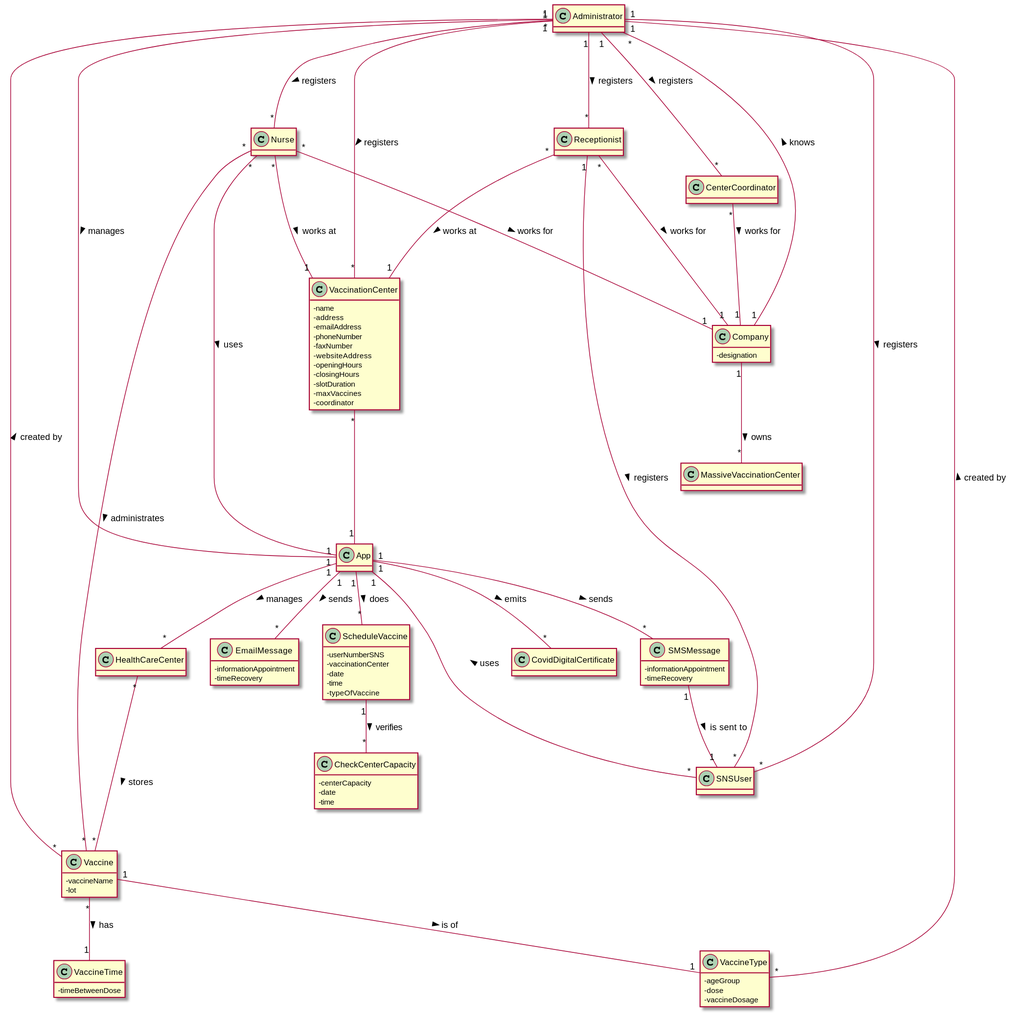
Above: docs/SprintB/Domain Model/DM.svg in PedroMesquita1211171/VaccinationManager (PlantUML), before the change.
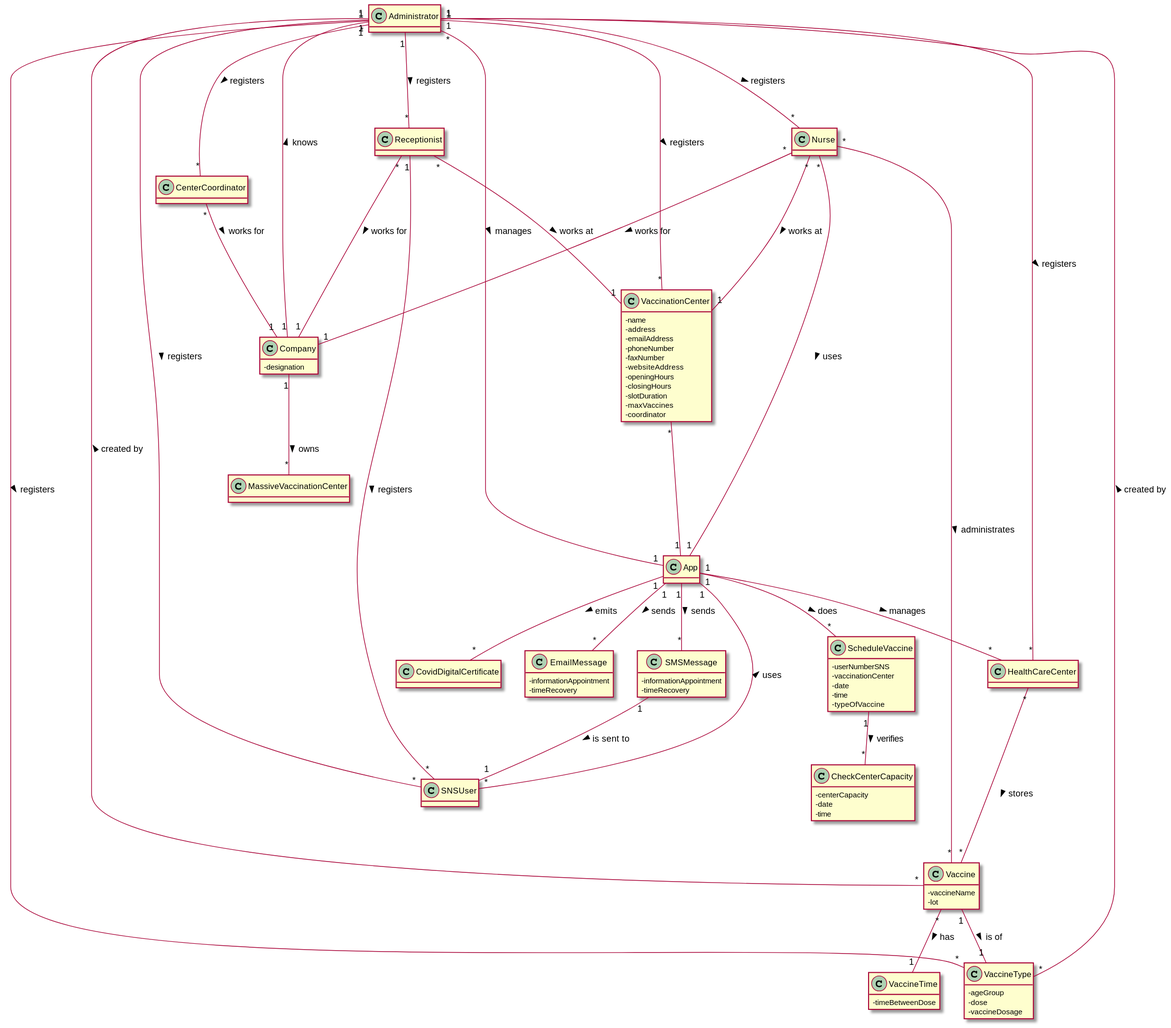
The same file after the commit.

Commit message:
Sprint A to B copy and Update + US003 and US012 Update

The edit, as a diff of the source:
```diff
@@ -91,6 +91,8 @@
 Administrator "1"---"*" Receptionist : registers >
 Administrator "1"---"*" SNSUser : registers >
 Administrator "1"---"*" VaccinationCenter : registers >
+Administrator "1"---"*" HealthCareCenter : registers >
+Administrator "1"---"*" VaccineType : registers >
 Administrator "*"---"1" App : manages >
 SNSUser "*"---"1" App : uses >
 VaccinationCenter "*"---"1" App
```
